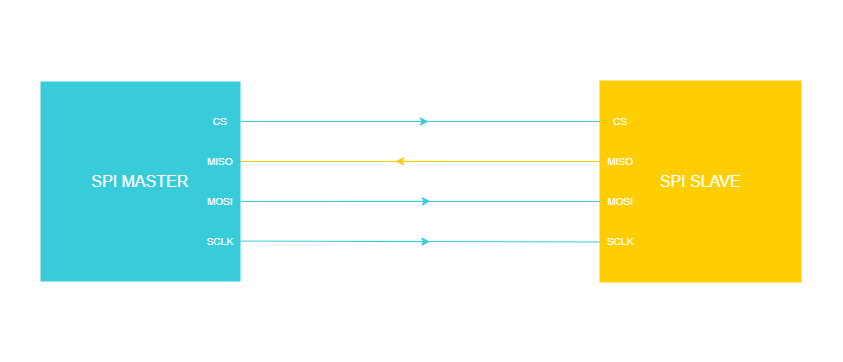
The draw.io diagram draw.io/PE Articles/General knowledge/Fundamentals/SPI 101 A Beginner's Guide To Serial Communication/SPI four wire (PE).png in PLAY-Embedded/pe_assets, before a commit. Source tidied: cells renumbered, new cells last; positions are measured from the earlier drawing's top-left corner, leaving out a move shared by most shapes.
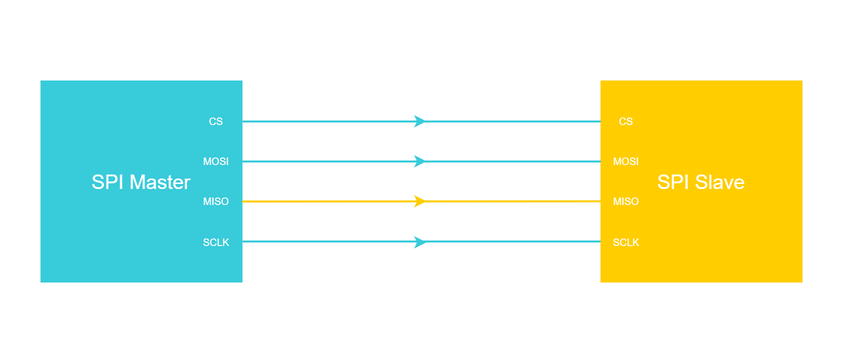
After the commit.

Diff of the diagram source:
```diff
@@ -2,81 +2,74 @@
   <root>
     <mxCell id="0" />
     <mxCell id="1" parent="0" />
-    <mxCell id="2" style="endArrow=none;html=1;strokeWidth=1;strokeColor=#38CBDA;fillColor=#38CBDA;strokeOpacity=100;exitX=1;exitY=0.5;exitDx=0;exitDy=0;" parent="1" edge="1" source="10">
-      <mxGeometry relative="1" as="geometry">
-        <mxPoint x="600" y="200" as="targetPoint" />
-      </mxGeometry>
-    </mxCell>
     <mxCell id="3" style="rounded=0;whiteSpace=wrap;html=1;strokeColor=none;strokeWidth=2;fontFamily=Arial;fontSize=12;fontColor=#FFFFFF;fillColor=none;" parent="1" vertex="1">
       <mxGeometry width="840" height="360" as="geometry" />
     </mxCell>
-    <mxCell id="4" style="endArrow=none;html=1;strokeWidth=1;strokeColor=#FFCD00;fillColor=#FFCD00;strokeOpacity=100;entryX=0;entryY=0.5;entryDx=0;entryDy=0;exitX=1;exitY=0.5;exitDx=0;exitDy=0;" parent="1" edge="1" source="9" target="18">
-      <mxGeometry relative="1" as="geometry" />
-    </mxCell>
-    <mxCell id="5" style="endArrow=none;html=1;strokeWidth=1;strokeColor=#38CBDA;entryX=0;entryY=0.5;entryDx=0;entryDy=0;fillColor=#38CBDA;strokeOpacity=100;fillOpacity=100;exitX=1;exitY=0.5;exitDx=0;exitDy=0;" parent="1" edge="1" source="8" target="17">
-      <mxGeometry relative="1" as="geometry" />
-    </mxCell>
-    <mxCell id="6" style="group;" parent="1" vertex="1">
-      <mxGeometry x="40" y="80" width="200" height="200" as="geometry" />
-    </mxCell>
-    <mxCell id="7" value="&lt;font style=&quot;font-size: 16px;&quot;&gt;SPI MASTER&lt;/font&gt;" style="whiteSpace=wrap;html=1;strokeColor=none;strokeWidth=2;fontFamily=Arial;fontSize=12;fontColor=#FFFFFF;fillColor=#38CBDA;align=center;" parent="6" vertex="1">
-      <mxGeometry width="200" height="200" as="geometry" />
-    </mxCell>
-    <mxCell id="8" value="&lt;font style=&quot;font-size: 10px;&quot; color=&quot;#ffffff&quot;&gt;CS&lt;/font&gt;" style="rounded=0;whiteSpace=wrap;html=1;strokeColor=none;strokeWidth=2;fillColor=none;fontColor=#6c5000;" parent="6" vertex="1">
-      <mxGeometry x="160" y="30" width="40" height="20" as="geometry" />
-    </mxCell>
-    <mxCell id="9" value="&lt;font style=&quot;font-size: 10px;&quot; color=&quot;#ffffff&quot;&gt;MISO&lt;/font&gt;" style="rounded=0;whiteSpace=wrap;html=1;strokeColor=none;strokeWidth=2;fillColor=none;fontColor=#8CE030;" parent="6" vertex="1">
-      <mxGeometry x="160" y="70" width="40" height="20" as="geometry" />
-    </mxCell>
-    <mxCell id="10" value="&lt;font style=&quot;font-size: 10px;&quot; color=&quot;#ffffff&quot;&gt;MOSI&lt;/font&gt;" style="rounded=0;whiteSpace=wrap;html=1;strokeColor=none;strokeWidth=2;fillColor=none;fontColor=#ff0090;labelBackgroundColor=none;" parent="6" vertex="1">
-      <mxGeometry x="160" y="110" width="40" height="20" as="geometry" />
-    </mxCell>
-    <mxCell id="11" value="&lt;font style=&quot;font-size: 10px;&quot; color=&quot;#ffffff&quot;&gt;SCLK&lt;/font&gt;" style="rounded=0;whiteSpace=wrap;html=1;strokeColor=none;strokeWidth=2;fillColor=none;fontColor=#38C5D8;" parent="6" vertex="1">
-      <mxGeometry x="160" y="149.6" width="40" height="20" as="geometry" />
-    </mxCell>
-    <mxCell id="12" style="endArrow=classic;html=1;rounded=0;strokeColor=#38CBDA;strokeWidth=1;fontFamily=Arial;fontSize=16;fontColor=#FFFFFF;fillColor=#38CBDA;targetPerimeterSpacing=1;" parent="1" edge="1">
-      <mxGeometry relative="1" as="geometry">
-        <mxPoint x="338" y="120" as="sourcePoint" />
-        <mxPoint x="428" y="120" as="targetPoint" />
-      </mxGeometry>
-    </mxCell>
-    <mxCell id="13" style="endArrow=classic;html=1;rounded=0;strokeColor=#FFCD00;strokeWidth=1;fontFamily=Arial;fontSize=16;fontColor=#FFFFFF;fillColor=#FFCD00;sourcePerimeterSpacing=1;" parent="1" edge="1">
-      <mxGeometry relative="1" as="geometry">
-        <mxPoint x="445" y="159.9" as="sourcePoint" />
-        <mxPoint x="395" y="159.9" as="targetPoint" />
-      </mxGeometry>
-    </mxCell>
-    <mxCell id="14" style="endArrow=none;html=1;strokeWidth=1;strokeColor=#38CBDA;entryX=0.013;entryY=0.565;entryDx=0;entryDy=0;fillColor=#38CBDA;strokeOpacity=100;entryPerimeter=0;exitX=1;exitY=0.5;exitDx=0;exitDy=0;" parent="1" edge="1" source="11">
-      <mxGeometry relative="1" as="geometry">
-        <mxPoint x="600" y="240.5" as="targetPoint" />
-      </mxGeometry>
-    </mxCell>
-    <mxCell id="15" style="endArrow=classic;html=1;rounded=0;strokeColor=#38CBDA;strokeWidth=1;fontFamily=Arial;fontSize=16;fontColor=#FFFFFF;fillColor=#38CBDA;targetPerimeterSpacing=1;" parent="1" edge="1">
-      <mxGeometry relative="1" as="geometry">
-        <mxPoint x="350" y="240" as="sourcePoint" />
-        <mxPoint x="429.5" y="240.2" as="targetPoint" />
-      </mxGeometry>
-    </mxCell>
-    <mxCell id="16" value="&lt;font style=&quot;font-size: 16px;&quot;&gt;SPI SLAVE&lt;/font&gt;" style="whiteSpace=wrap;html=1;strokeColor=#FFCD00;strokeWidth=2;fontFamily=Arial;fontSize=12;fontColor=#FFFFFF;fillColor=#FFCD00;" parent="1" vertex="1">
-      <mxGeometry x="600" y="80" width="200" height="200" as="geometry" />
-    </mxCell>
-    <mxCell id="17" value="&lt;font style=&quot;font-size: 10px;&quot; color=&quot;#ffffff&quot;&gt;CS&lt;/font&gt;" style="rounded=0;whiteSpace=wrap;html=1;strokeColor=none;strokeWidth=2;fillColor=none;fontColor=#6c5000;" parent="1" vertex="1">
-      <mxGeometry x="600" y="110" width="40" height="20" as="geometry" />
-    </mxCell>
-    <mxCell id="18" value="&lt;font style=&quot;font-size: 10px;&quot; color=&quot;#ffffff&quot;&gt;MISO&lt;/font&gt;" style="rounded=0;whiteSpace=wrap;html=1;strokeColor=none;strokeWidth=2;fillColor=none;fontColor=#8CE030;" parent="1" vertex="1">
-      <mxGeometry x="600" y="150" width="40" height="20" as="geometry" />
-    </mxCell>
-    <mxCell id="19" value="&lt;font style=&quot;font-size: 10px;&quot; color=&quot;#ffffff&quot;&gt;MOSI&lt;/font&gt;" style="rounded=0;whiteSpace=wrap;html=1;strokeColor=none;strokeWidth=2;fillColor=none;fontColor=#ff0090;labelBackgroundColor=none;" parent="1" vertex="1">
-      <mxGeometry x="600" y="190" width="40" height="20" as="geometry" />
-    </mxCell>
-    <mxCell id="20" value="&lt;font style=&quot;font-size: 10px;&quot; color=&quot;#ffffff&quot;&gt;SCLK&lt;/font&gt;" style="rounded=0;whiteSpace=wrap;html=1;strokeColor=none;strokeWidth=2;fillColor=none;fontColor=#38C5D8;" parent="1" vertex="1">
-      <mxGeometry x="600" y="230" width="40" height="20" as="geometry" />
-    </mxCell>
-    <mxCell id="21" style="endArrow=classic;html=1;rounded=0;strokeColor=#38CBDA;strokeWidth=1;fontFamily=Arial;fontSize=16;fontColor=#FFFFFF;fillColor=#38CBDA;targetPerimeterSpacing=1;" parent="1" edge="1">
-      <mxGeometry relative="1" as="geometry">
-        <mxPoint x="340" y="199.9" as="sourcePoint" />
-        <mxPoint x="430" y="199.9" as="targetPoint" />
-      </mxGeometry>
-    </mxCell>
+    <mxCell id="22" value="SPI Master" style="rounded=0;whiteSpace=wrap;html=1;strokeColor=#38CBDA;strokeWidth=2;fontFamily=Arial;fontSize=20;fontColor=#FFFFFF;fillColor=#38CBDA;" parent="1" vertex="1">
+      <mxGeometry x="40" y="80" width="200" height="200" as="geometry" />
+    </mxCell>
+    <mxCell id="23" value="&lt;font style=&quot;font-size: 10px;&quot; color=&quot;#ffffff&quot;&gt;MOSI&lt;/font&gt;" style="rounded=0;whiteSpace=wrap;html=1;strokeColor=#38CBDA;strokeWidth=2;fillColor=#38CBDA;fontColor=#FFFFFF;" parent="1" vertex="1">
+      <mxGeometry x="200" y="150" width="30" height="20" as="geometry" />
+    </mxCell>
+    <mxCell id="24" value="&lt;font style=&quot;font-size: 10px;&quot; color=&quot;#ffffff&quot;&gt;CS&lt;/font&gt;" style="rounded=0;whiteSpace=wrap;html=1;strokeColor=#38CBDA;strokeWidth=2;fillColor=#38CBDA;fontColor=#FFFFFF;" parent="1" vertex="1">
+      <mxGeometry x="200" y="110" width="30" height="20" as="geometry" />
+    </mxCell>
+    <mxCell id="25" value="&lt;font style=&quot;font-size: 10px;&quot; color=&quot;#ffffff&quot;&gt;SCLK&lt;/font&gt;" style="rounded=0;whiteSpace=wrap;html=1;strokeColor=#38CBDA;strokeWidth=2;fillColor=#38CBDA;fontColor=#FFFFFF;" parent="1" vertex="1">
+      <mxGeometry x="200" y="231" width="30" height="20" as="geometry" />
+    </mxCell>
+    <mxCell id="26" value="&lt;font style=&quot;font-size: 10px;&quot; color=&quot;#ffffff&quot;&gt;MISO&lt;/font&gt;" style="rounded=0;whiteSpace=wrap;html=1;strokeColor=#38CBDA;strokeWidth=2;fillColor=#38CBDA;fontColor=#FFFFFF;labelBackgroundColor=none;" parent="1" vertex="1">
+      <mxGeometry x="200" y="190" width="30" height="20" as="geometry" />
+    </mxCell>
+    <mxCell id="27" value="SPI Slave" style="rounded=0;whiteSpace=wrap;html=1;strokeColor=#FFCD00;strokeWidth=2;fontFamily=Arial;fontSize=20;fontColor=#FFFFFF;fillColor=#FFCD00;" parent="1" vertex="1">
+      <mxGeometry x="600" y="80" width="200" height="200" as="geometry" />
+    </mxCell>
+    <mxCell id="28" value="&lt;font style=&quot;font-size: 10px;&quot; color=&quot;#ffffff&quot;&gt;MOSI&lt;/font&gt;" style="rounded=0;whiteSpace=wrap;html=1;strokeColor=#FFCD00;strokeWidth=2;fillColor=#FFCD00;fontColor=#FFFFFF;" parent="1" vertex="1">
+      <mxGeometry x="610" y="150" width="30" height="20" as="geometry" />
+    </mxCell>
+    <mxCell id="29" value="&lt;font style=&quot;font-size: 10px;&quot; color=&quot;#ffffff&quot;&gt;CS&lt;/font&gt;" style="rounded=0;whiteSpace=wrap;html=1;strokeColor=#FFCD00;strokeWidth=2;fillColor=#FFCD00;fontColor=#FFFFFF;" parent="1" vertex="1">
+      <mxGeometry x="610" y="110" width="30" height="20" as="geometry" />
+    </mxCell>
+    <mxCell id="30" value="&lt;font style=&quot;font-size: 10px;&quot; color=&quot;#ffffff&quot;&gt;MISO&lt;/font&gt;" style="rounded=0;whiteSpace=wrap;html=1;strokeColor=#FFCD00;strokeWidth=2;fillColor=#FFCD00;fontColor=#FFFFFF;labelBackgroundColor=none;" parent="1" vertex="1">
+      <mxGeometry x="610" y="190" width="30" height="20" as="geometry" />
+    </mxCell>
+    <mxCell id="31" value="&lt;font style=&quot;font-size: 10px;&quot; color=&quot;#ffffff&quot;&gt;SCLK&lt;/font&gt;" style="rounded=0;whiteSpace=wrap;html=1;strokeColor=#FFCD00;strokeWidth=2;fillColor=#FFCD00;fontColor=#FFFFFF;" parent="1" vertex="1">
+      <mxGeometry x="610" y="231" width="30" height="20" as="geometry" />
+    </mxCell>
+    <mxCell id="32" style="endArrow=none;html=1;rounded=0;strokeColor=#38CBDA;strokeWidth=2;fontFamily=Arial;fontSize=20;fontColor=#101820;fillColor=#38CBDA;exitX=1.006;exitY=0.2;exitDx=0;exitDy=0;exitPerimeter=0;entryX=-0.004;entryY=0.2;entryDx=0;entryDy=0;entryPerimeter=0;" parent="1" edge="1" source="22" target="27">
+      <mxGeometry relative="1" as="geometry" />
+    </mxCell>
+    <mxCell id="33" style="endArrow=none;html=1;rounded=0;strokeColor=#38CBDA;strokeWidth=2;fontFamily=Arial;fontSize=20;fontColor=#101820;fillColor=#38CBDA;exitX=1.003;exitY=0.4;exitDx=0;exitDy=0;exitPerimeter=0;entryX=-0.003;entryY=0.4;entryDx=0;entryDy=0;entryPerimeter=0;" parent="1" edge="1" source="22" target="27">
+      <mxGeometry relative="1" as="geometry" />
+    </mxCell>
+    <mxCell id="34" style="endArrow=none;html=1;rounded=0;strokeColor=#FFCD00;strokeWidth=2;fontFamily=Arial;fontSize=20;fontColor=#101820;fillColor=#FFCD00;exitX=1.003;exitY=0.6;exitDx=0;exitDy=0;exitPerimeter=0;entryX=-0.002;entryY=0.599;entryDx=0;entryDy=0;entryPerimeter=0;" parent="1" edge="1" source="22" target="27">
+      <mxGeometry relative="1" as="geometry" />
+    </mxCell>
+    <mxCell id="35" style="endArrow=none;html=1;rounded=0;strokeColor=#38CBDA;strokeWidth=2;fontFamily=Arial;fontSize=20;fontColor=#101820;fillColor=#38CBDA;exitX=1.006;exitY=0.8;exitDx=0;exitDy=0;exitPerimeter=0;entryX=-0.005;entryY=0.8;entryDx=0;entryDy=0;entryPerimeter=0;" parent="1" edge="1" source="22" target="27">
+      <mxGeometry relative="1" as="geometry" />
+    </mxCell>
+    <mxCell id="36" style="endArrow=classic;html=1;rounded=0;strokeColor=#38CBDA;strokeWidth=2;fontFamily=Arial;fontSize=20;fontColor=#101820;fillColor=#38CBDA;" parent="1" edge="1">
+      <mxGeometry relative="1" as="geometry">
+        <mxPoint x="415" y="119.8" as="sourcePoint" />
+        <mxPoint x="425" y="119.8" as="targetPoint" />
+      </mxGeometry>
+    </mxCell>
+    <mxCell id="37" style="endArrow=classic;html=1;rounded=0;strokeColor=#38CBDA;strokeWidth=2;fontFamily=Arial;fontSize=20;fontColor=#101820;fillColor=#38CBDA;" parent="1" edge="1">
+      <mxGeometry relative="1" as="geometry">
+        <mxPoint x="415" y="159.8" as="sourcePoint" />
+        <mxPoint x="425" y="159.8" as="targetPoint" />
+      </mxGeometry>
+    </mxCell>
+    <mxCell id="38" style="endArrow=classic;html=1;rounded=0;strokeColor=#38CBDA;strokeWidth=2;fontFamily=Arial;fontSize=20;fontColor=#101820;fillColor=#38CBDA;" parent="1" edge="1">
+      <mxGeometry relative="1" as="geometry">
+        <mxPoint x="415" y="240.8" as="sourcePoint" />
+        <mxPoint x="425" y="240.8" as="targetPoint" />
+      </mxGeometry>
+    </mxCell>
+    <mxCell id="39" style="endArrow=classic;html=1;rounded=0;strokeColor=#FFCD00;strokeWidth=2;fontFamily=Arial;fontSize=20;fontColor=#101820;fillColor=#FFCD00;" parent="1" edge="1">
+      <mxGeometry relative="1" as="geometry">
+        <mxPoint x="415" y="199.8" as="sourcePoint" />
+        <mxPoint x="425" y="199.8" as="targetPoint" />
+      </mxGeometry>
+    </mxCell>
   </root>
 </mxGraphModel>
```
